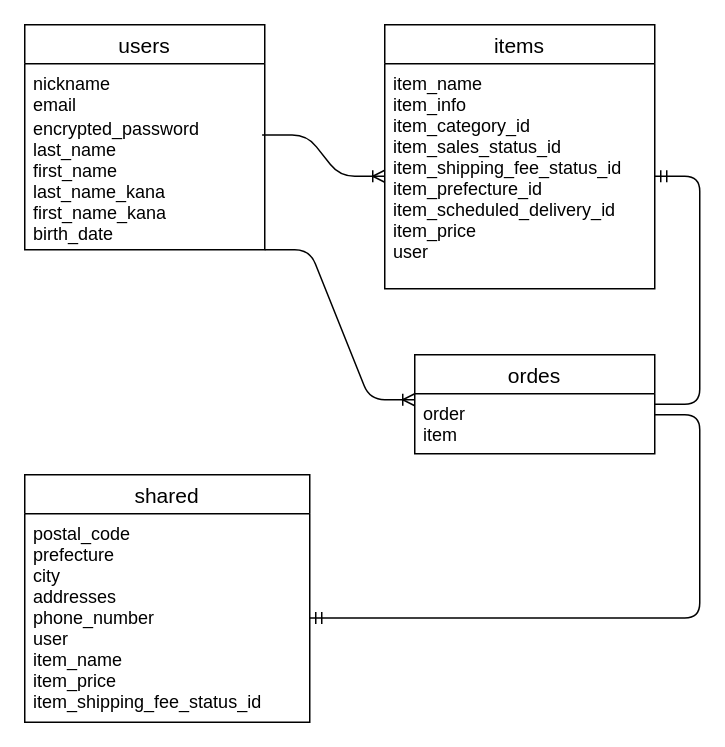
The draw.io diagram test.dio in koto31/furima-39301, before the edit. Source tidied: cells renumbered, new cells numbered last; positions are measured from the earlier drawing's top-left corner, leaving out a move shared by most shapes. Both pictures are drawn from the tidied source at 150%, with x=0, y=0 at pixel (24, 24).
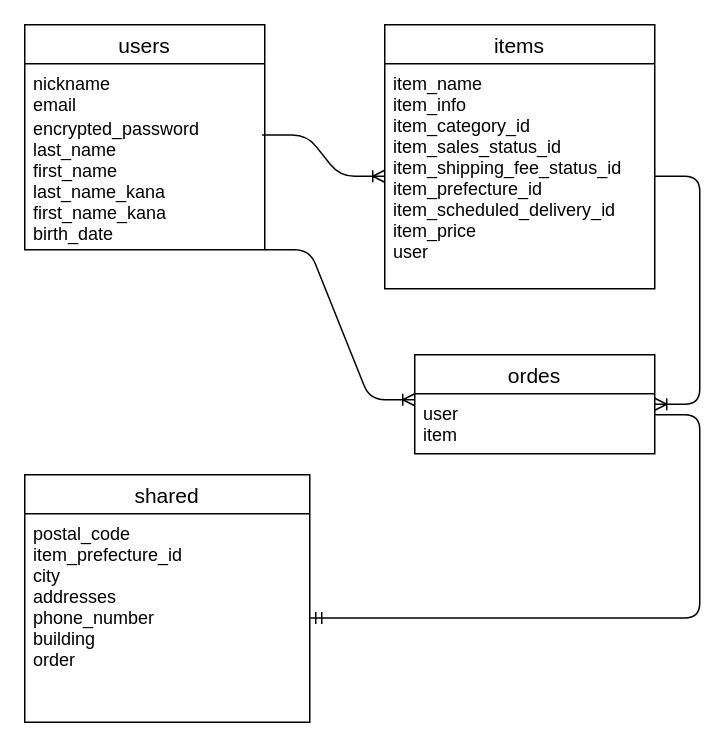
The same diagram, later.

Commit message (it also covers changes not shown here):
データベース設計修正２

What changed in the source:
```diff
@@
 <mxGraphModel>
   <root>
     <mxCell id="0" />
     <mxCell id="1" parent="0" />
     <mxCell id="2" value="users" style="swimlane;fontStyle=0;horizontal=1;startSize=26;align=center;fontSize=14;" parent="1" vertex="1">
       <mxGeometry width="160" height="150" as="geometry" />
     </mxCell>
     <mxCell id="3" value="nickname&#10;email&#10;" style="text;strokeColor=none;fillColor=none;spacingLeft=4;spacingRight=4;overflow=hidden;fontSize=12;" parent="2" vertex="1">
       <mxGeometry y="26" width="160" height="30" as="geometry" />
     </mxCell>
     <mxCell id="4" value="encrypted_password&#10;last_name&#10;first_name&#10;last_name_kana&#10;first_name_kana&#10;birth_date&#10;" style="text;strokeColor=none;fillColor=none;spacingLeft=4;spacingRight=4;overflow=hidden;points=[[0,0.5],[1,0.5]];portConstraint=eastwest;fontSize=12;" parent="2" vertex="1">
       <mxGeometry y="56" width="160" height="94" as="geometry" />
     </mxCell>
     <mxCell id="5" value="items" style="swimlane;fontStyle=0;horizontal=1;startSize=26;align=center;fontSize=14;" parent="1" vertex="1">
       <mxGeometry x="240" width="180" height="176" as="geometry" />
     </mxCell>
     <mxCell id="6" value="item_name&#10;item_info&#10;item_category_id&#10;item_sales_status_id&#10;item_shipping_fee_status_id&#10;item_prefecture_id&#10;item_scheduled_delivery_id&#10;item_price&#10;user" style="text;strokeColor=none;fillColor=none;spacingLeft=4;spacingRight=4;overflow=hidden;points=[[0,0.5],[1,0.5]];portConstraint=eastwest;fontSize=12;" parent="5" vertex="1">
       <mxGeometry y="26" width="180" height="150" as="geometry" />
     </mxCell>
     <mxCell id="7" value="ordes" style="swimlane;fontStyle=0;horizontal=1;startSize=26;align=center;fontSize=14;" parent="1" vertex="1">
       <mxGeometry x="260" y="220" width="160" height="66" as="geometry" />
     </mxCell>
-    <mxCell id="8" value="order&#10;item" style="text;strokeColor=none;fillColor=none;spacingLeft=4;spacingRight=4;overflow=hidden;fontSize=12;" parent="7" vertex="1">
+    <mxCell id="8" value="user&#10;item" style="text;strokeColor=none;fillColor=none;spacingLeft=4;spacingRight=4;overflow=hidden;fontSize=12;" parent="7" vertex="1">
       <mxGeometry y="26" width="160" height="40" as="geometry" />
     </mxCell>
     <mxCell id="9" style="edgeStyle=entityRelationEdgeStyle;fontSize=12;html=1;endArrow=ERoneToMany;" parent="1" edge="1">
       <mxGeometry relative="1" as="geometry">
         <mxPoint x="160" y="150" as="sourcePoint" />
         <mxPoint x="260" y="250" as="targetPoint" />
       </mxGeometry>
     </mxCell>
     <mxCell id="10" value="shared" style="swimlane;fontStyle=0;horizontal=1;startSize=26;align=center;fontSize=14;" parent="1" vertex="1">
       <mxGeometry y="300" width="190" height="165" as="geometry" />
     </mxCell>
-    <mxCell id="11" value="postal_code&#10;prefecture&#10;city&#10;addresses&#10;phone_number&#10;user&#10;item_name&#10;item_price&#10;item_shipping_fee_status_id" style="text;strokeColor=none;fillColor=none;spacingLeft=4;spacingRight=4;overflow=hidden;points=[[0,0.5],[1,0.5]];portConstraint=eastwest;fontSize=12;" parent="10" vertex="1">
+    <mxCell id="11" value="postal_code&#10;item_prefecture_id&#10;city&#10;addresses&#10;phone_number&#10;building&#10;order" style="text;strokeColor=none;fillColor=none;spacingLeft=4;spacingRight=4;overflow=hidden;points=[[0,0.5],[1,0.5]];portConstraint=eastwest;fontSize=12;" parent="10" vertex="1">
       <mxGeometry y="26" width="190" height="139" as="geometry" />
     </mxCell>
     <mxCell id="12" style="edgeStyle=entityRelationEdgeStyle;fontSize=12;html=1;endArrow=ERoneToMany;exitX=0.989;exitY=0.187;exitDx=0;exitDy=0;exitPerimeter=0;" parent="1" edge="1" source="4" target="6">
       <mxGeometry relative="1" as="geometry" />
     </mxCell>
-    <mxCell id="13" style="edgeStyle=entityRelationEdgeStyle;fontSize=12;html=1;endArrow=ERmandOne;exitX=1;exitY=0.5;exitDx=0;exitDy=0;" parent="1" edge="1" source="7" target="6">
-      <mxGeometry relative="1" as="geometry" />
-    </mxCell>
     <mxCell id="14" style="edgeStyle=entityRelationEdgeStyle;fontSize=12;html=1;endArrow=ERmandOne;entryX=1;entryY=0.5;entryDx=0;entryDy=0;" parent="1" edge="1" target="11">
       <mxGeometry relative="1" as="geometry">
         <mxPoint x="420" y="260" as="sourcePoint" />
       </mxGeometry>
     </mxCell>
+    <mxCell id="15" style="edgeStyle=entityRelationEdgeStyle;fontSize=12;html=1;endArrow=ERoneToMany;" parent="1" edge="1" source="6" target="7">
+      <mxGeometry relative="1" as="geometry" />
+    </mxCell>
   </root>
 </mxGraphModel>
```
